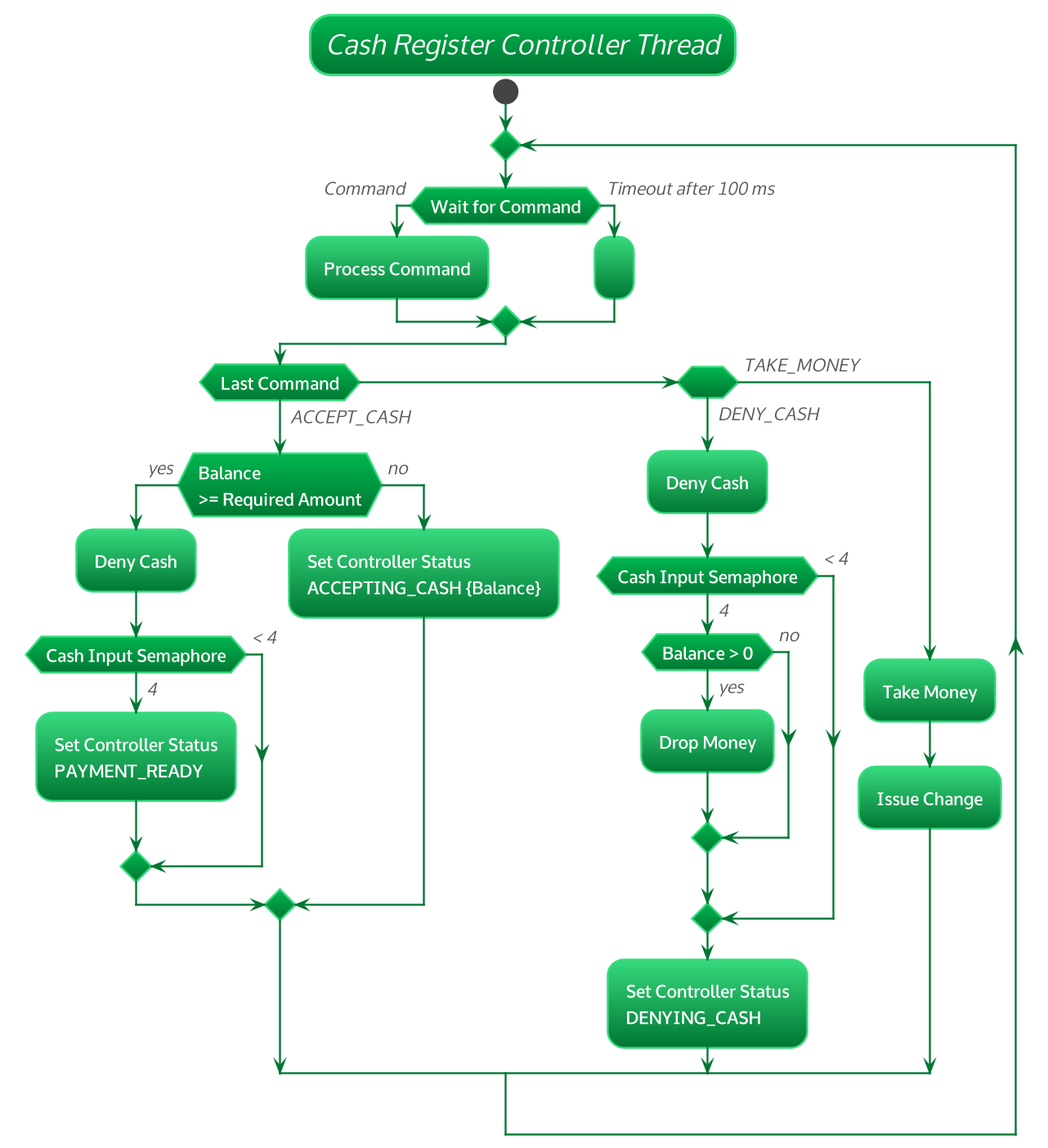
The PlantUML diagram img/cash_register_controller.png in FerryTix/diagrams, before a commit.
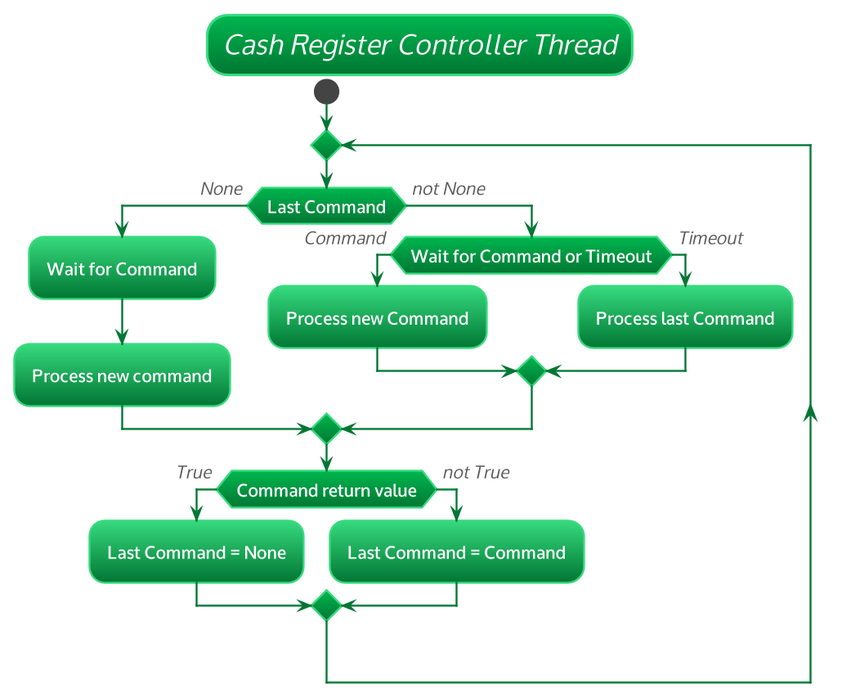
Later version of the same file.

Commit message:
update cash register controller graphic

Change to the diagram source:
```diff
@@ -421,40 +421,19 @@
 title: Cash Register Controller Thread
 start
 repeat
-if (Wait for Command) then (Command)
-:Process Command;
-else (Timeout after 100 ms)
-:;
+if (Last Command) then (None)
+    :Wait for Command;
+    :Process new command;
+else (not None)
+    if (Wait for Command or Timeout) then (Command)
+        :Process new Command;
+    else (Timeout)
+        :Process last Command;
+    endif
 endif
-if (Last Command) then (ACCEPT_CASH)
-    if (Balance\n>= Required Amount) then (yes)
-    :Deny Cash;
-    if (Cash Input Semaphore) then (4)
-        :Set Controller Status\nPAYMENT_READY;
-    else (< 4)
-    endif
-    else (no)
-        :Set Controller Status\nACCEPTING_CASH {Balance};
-    endif
-elseif () then (DENY_CASH)
-    :Deny Cash;
-    if (Cash Input Semaphore) then (4)
-        if (Balance > 0) then (yes)
-        :Drop Money;
-        else (no)
-        endif
-    else (< 4)
-    endif
-    :Set Controller Status\nDENYING_CASH;
-else (TAKE_MONEY)
-:Take Money;
-:Issue Change;
+if (Command return value) then (True)
+    :Last Command = None;
+else (not True)
+    :Last Command = Command;
 endif
-
-
-
-
-
-
-
 @enduml
```
